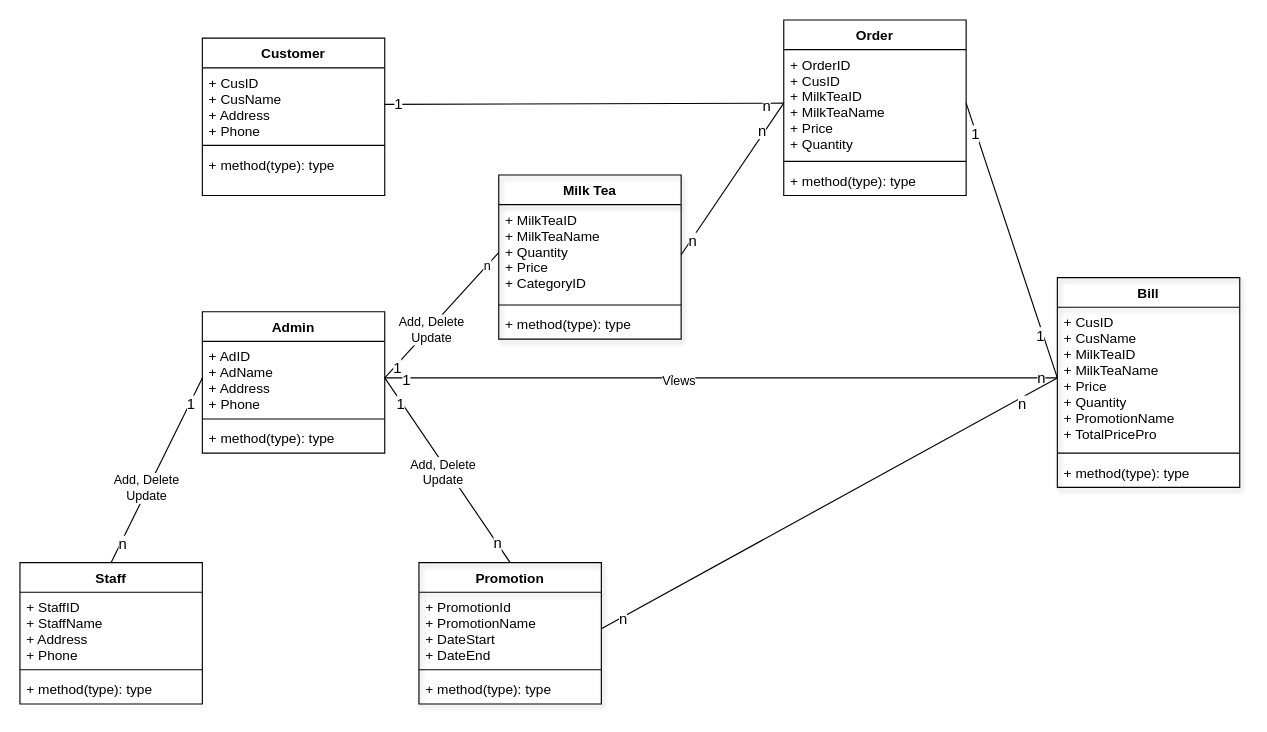
The draw.io diagram ClassDiagram.drawio in tan0976861/PRN292, before the edit. Source tidied: cells renumbered, new cells numbered last; positions are measured from the earlier drawing's top-left corner, leaving out a move shared by most shapes. Both pictures are drawn from the tidied source at 114%, with x=0, y=0 at pixel (19, 19).
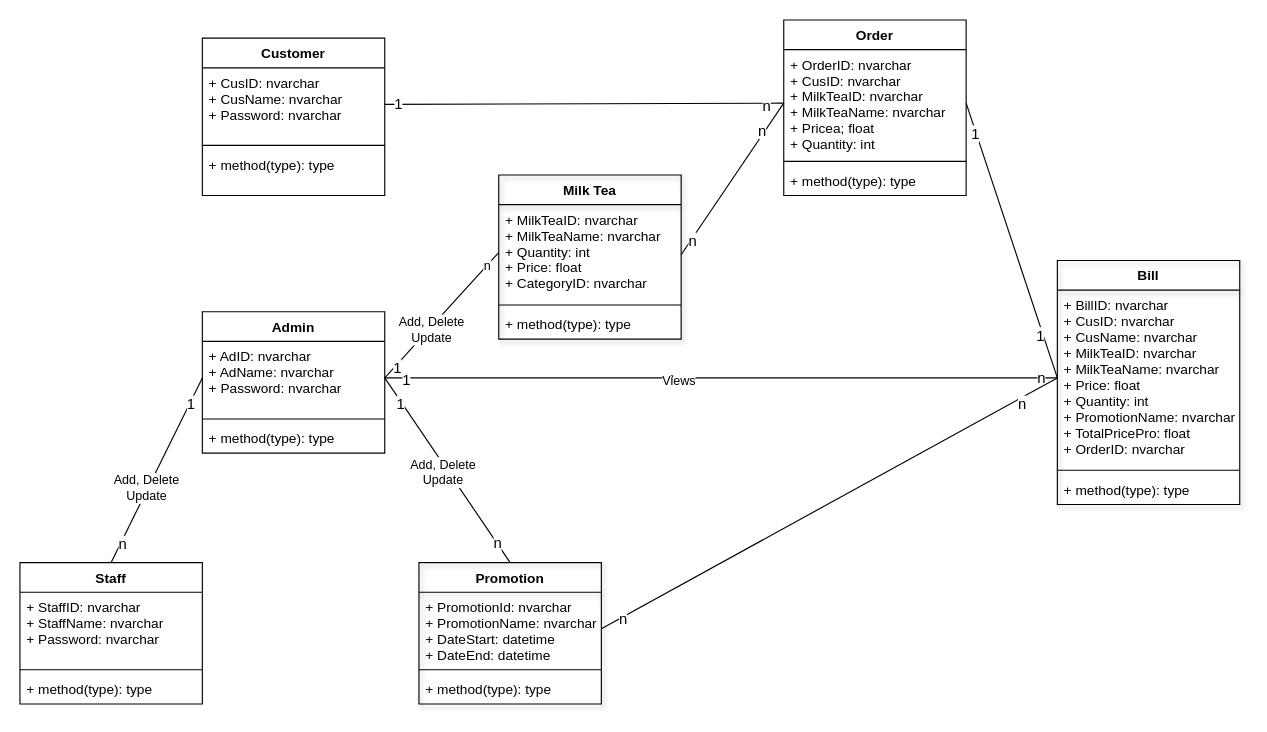
The same page after the edit.

The change refers to these unchanged cells:
```xml
<mxCell id="2" value="Promotion" style="swimlane;fontStyle=1;align=center;verticalAlign=top;horizontal=1;startSize=26;shadow=1;fillColor=none;" parent="1" vertex="1">
  <mxGeometry x="350" y="476" width="160" height="124" as="geometry" />
</mxCell>
<mxCell id="6" value="Admin" style="swimlane;fontStyle=1;align=center;verticalAlign=top;horizontal=1;startSize=26;" parent="1" vertex="1">
  <mxGeometry x="160" y="256" width="160" height="124" as="geometry" />
</mxCell>
<mxCell id="10" value="Customer" style="swimlane;fontStyle=1;align=center;verticalAlign=top;horizontal=1;startSize=26;" parent="1" vertex="1">
  <mxGeometry x="160" y="16" width="160" height="138" as="geometry" />
</mxCell>
<mxCell id="14" value="Staff" style="swimlane;fontStyle=1;align=center;verticalAlign=top;horizontal=1;startSize=26;" parent="1" vertex="1">
  <mxGeometry y="476" width="160" height="124" as="geometry" />
</mxCell>
<mxCell id="18" value="Milk Tea" style="swimlane;fontStyle=1;align=center;verticalAlign=top;horizontal=1;startSize=26;shadow=1;fillColor=none;" parent="1" vertex="1">
  <mxGeometry x="420" y="136" width="160" height="144" as="geometry" />
</mxCell>
<mxCell id="25" value="Order" style="swimlane;fontStyle=1;align=center;verticalAlign=top;horizontal=1;startSize=26;" parent="1" vertex="1">
  <mxGeometry x="670" width="160" height="154" as="geometry" />
</mxCell>
```

Change to the diagram source:
```diff
@@
-    <mxCell id="3" value="+ PromotionId&#10;+ PromotionName&#10;+ DateStart&#10;+ DateEnd" style="text;strokeColor=none;fillColor=none;align=left;verticalAlign=top;spacingLeft=4;spacingRight=4;overflow=hidden;points=[[0,0.5],[1,0.5]];portConstraint=eastwest;" parent="2" vertex="1">
+    <mxCell id="3" value="+ PromotionId: nvarchar&#10;+ PromotionName: nvarchar&#10;+ DateStart: datetime&#10;+ DateEnd: datetime" style="text;strokeColor=none;fillColor=none;align=left;verticalAlign=top;spacingLeft=4;spacingRight=4;overflow=hidden;points=[[0,0.5],[1,0.5]];portConstraint=eastwest;" parent="2" vertex="1">
       <mxGeometry y="26" width="160" height="64" as="geometry" />
     </mxCell>
@@
-    <mxCell id="7" value="+ AdID&#10;+ AdName&#10;+ Address&#10;+ Phone" style="text;strokeColor=none;fillColor=none;align=left;verticalAlign=top;spacingLeft=4;spacingRight=4;overflow=hidden;points=[[0,0.5],[1,0.5]];portConstraint=eastwest;" parent="6" vertex="1">
+    <mxCell id="7" value="+ AdID: nvarchar&#10;+ AdName: nvarchar&#10;+ Password: nvarchar " style="text;strokeColor=none;fillColor=none;align=left;verticalAlign=top;spacingLeft=4;spacingRight=4;overflow=hidden;points=[[0,0.5],[1,0.5]];portConstraint=eastwest;" parent="6" vertex="1">
       <mxGeometry y="26" width="160" height="64" as="geometry" />
     </mxCell>
@@
-    <mxCell id="11" value="+ CusID&#10;+ CusName&#10;+ Address&#10;+ Phone" style="text;strokeColor=none;fillColor=none;align=left;verticalAlign=top;spacingLeft=4;spacingRight=4;overflow=hidden;points=[[0,0.5],[1,0.5]];portConstraint=eastwest;" parent="10" vertex="1">
+    <mxCell id="11" value="+ CusID: nvarchar&#10;+ CusName: nvarchar&#10;+ Password: nvarchar" style="text;strokeColor=none;fillColor=none;align=left;verticalAlign=top;spacingLeft=4;spacingRight=4;overflow=hidden;points=[[0,0.5],[1,0.5]];portConstraint=eastwest;" parent="10" vertex="1">
       <mxGeometry y="26" width="160" height="64" as="geometry" />
     </mxCell>
@@
-    <mxCell id="15" value="+ StaffID&#10;+ StaffName&#10;+ Address&#10;+ Phone" style="text;strokeColor=none;fillColor=none;align=left;verticalAlign=top;spacingLeft=4;spacingRight=4;overflow=hidden;" parent="14" vertex="1">
+    <mxCell id="15" value="+ StaffID: nvarchar&#10;+ StaffName: nvarchar&#10;+ Password: nvarchar" style="text;strokeColor=none;fillColor=none;align=left;verticalAlign=top;spacingLeft=4;spacingRight=4;overflow=hidden;" parent="14" vertex="1">
       <mxGeometry y="26" width="160" height="64" as="geometry" />
     </mxCell>
@@
-    <mxCell id="22" value="+ MilkTeaID&#10;+ MilkTeaName&#10;+ Quantity&#10;+ Price&#10;+ CategoryID " style="text;strokeColor=none;fillColor=none;align=left;verticalAlign=top;spacingLeft=4;spacingRight=4;overflow=hidden;points=[[0,0.5],[1,0.5]];portConstraint=eastwest;" parent="18" vertex="1">
+    <mxCell id="22" value="+ MilkTeaID: nvarchar&#10;+ MilkTeaName: nvarchar&#10;+ Quantity: int&#10;+ Price: float&#10;+ CategoryID: nvarchar" style="text;strokeColor=none;fillColor=none;align=left;verticalAlign=top;spacingLeft=4;spacingRight=4;overflow=hidden;points=[[0,0.5],[1,0.5]];portConstraint=eastwest;" parent="18" vertex="1">
       <mxGeometry y="26" width="160" height="84" as="geometry" />
     </mxCell>
@@
-    <mxCell id="26" value="+ OrderID&#10;+ CusID&#10;+ MilkTeaID&#10;+ MilkTeaName&#10;+ Price&#10;+ Quantity" style="text;strokeColor=none;fillColor=none;align=left;verticalAlign=top;spacingLeft=4;spacingRight=4;overflow=hidden;points=[[0,0.5],[1,0.5]];portConstraint=eastwest;" parent="25" vertex="1">
+    <mxCell id="26" value="+ OrderID: nvarchar&#10;+ CusID: nvarchar&#10;+ MilkTeaID: nvarchar&#10;+ MilkTeaName: nvarchar&#10;+ Pricea; float&#10;+ Quantity: int" style="text;strokeColor=none;fillColor=none;align=left;verticalAlign=top;spacingLeft=4;spacingRight=4;overflow=hidden;points=[[0,0.5],[1,0.5]];portConstraint=eastwest;" parent="25" vertex="1">
       <mxGeometry y="26" width="160" height="94" as="geometry" />
     </mxCell>
@@
     <mxCell id="29" value="Bill" style="swimlane;fontStyle=1;align=center;verticalAlign=top;horizontal=1;startSize=26;shadow=1;fillColor=none;" parent="1" vertex="1">
-      <mxGeometry x="910" y="226" width="160" height="184" as="geometry" />
+      <mxGeometry x="910" y="211" width="160" height="214" as="geometry" />
     </mxCell>
-    <mxCell id="30" value="+ CusID&#10;+ CusName&#10;+ MilkTeaID&#10;+ MilkTeaName&#10;+ Price&#10;+ Quantity&#10;+ PromotionName&#10;+ TotalPricePro" style="text;strokeColor=none;fillColor=none;align=left;verticalAlign=top;spacingLeft=4;spacingRight=4;overflow=hidden;points=[[0,0.5],[1,0.5]];portConstraint=eastwest;" parent="29" vertex="1">
-      <mxGeometry y="26" width="160" height="124" as="geometry" />
+    <mxCell id="30" value="+ BillID: nvarchar&#10;+ CusID: nvarchar&#10;+ CusName: nvarchar&#10;+ MilkTeaID: nvarchar&#10;+ MilkTeaName: nvarchar&#10;+ Price: float&#10;+ Quantity: int&#10;+ PromotionName: nvarchar&#10;+ TotalPricePro: float&#10;+ OrderID: nvarchar" style="text;strokeColor=none;fillColor=none;align=left;verticalAlign=top;spacingLeft=4;spacingRight=4;overflow=hidden;points=[[0,0.5],[1,0.5]];portConstraint=eastwest;" parent="29" vertex="1">
+      <mxGeometry y="26" width="160" height="154" as="geometry" />
     </mxCell>
     <mxCell id="31" style="line;strokeWidth=1;fillColor=none;align=left;verticalAlign=middle;spacingTop=-1;spacingLeft=3;spacingRight=3;labelPosition=right;" parent="29" vertex="1">
-      <mxGeometry y="150" width="160" height="8" as="geometry" />
+      <mxGeometry y="180" width="160" height="8" as="geometry" />
     </mxCell>
     <mxCell id="32" value="+ method(type): type" style="text;strokeColor=none;fillColor=none;align=left;verticalAlign=top;spacingLeft=4;spacingRight=4;overflow=hidden;" parent="29" vertex="1">
-      <mxGeometry y="158" width="160" height="26" as="geometry" />
+      <mxGeometry y="188" width="160" height="26" as="geometry" />
     </mxCell>
```
